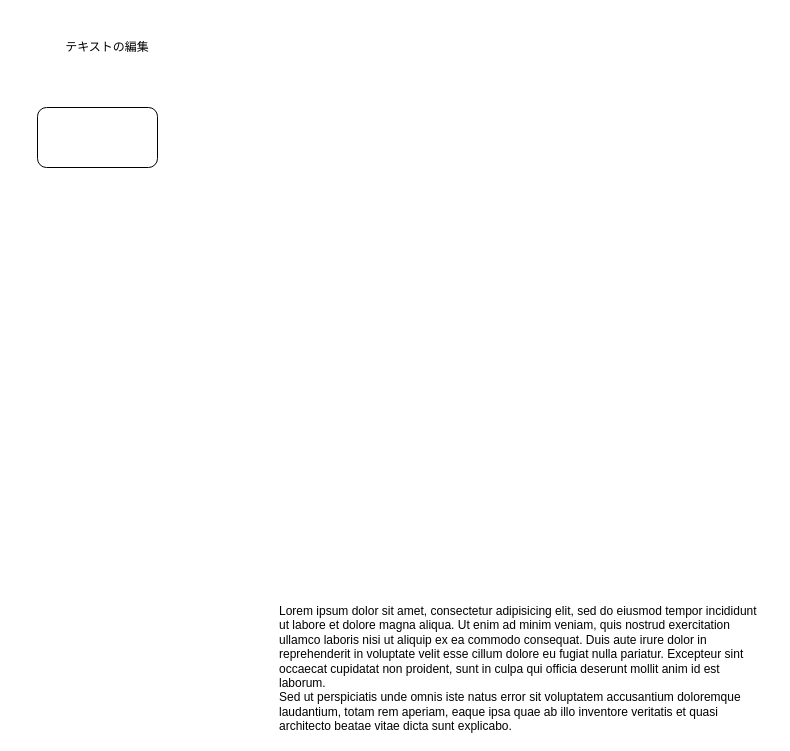
Before: 名称未設定ファイル.drawio in Ayasa/drawio, a draw.io diagram. Source tidied: cells renumbered, new cells numbered last; positions are measured from the earlier drawing's top-left corner, leaving out a move shared by most shapes. Both pictures are drawn from the tidied source at 100%, with x=0, y=0 at pixel (17, 17).
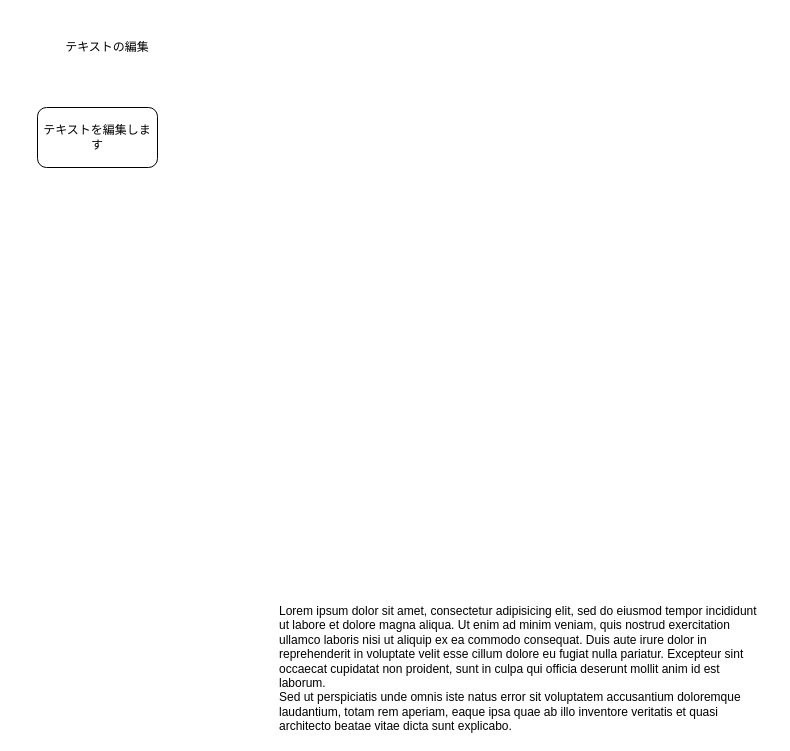
After the change.

Diff of the diagram source:
```diff
@@
 <mxGraphModel background="#ffffff">
   <root>
     <mxCell id="0" />
     <mxCell id="1" parent="0" />
     <mxCell id="2" value="Lorem ipsum dolor sit amet, consectetur adipisicing elit, sed do eiusmod tempor incididunt ut labore et dolore magna aliqua. Ut enim ad minim veniam, quis nostrud exercitation ullamco laboris nisi ut aliquip ex ea commodo consequat. Duis aute irure dolor in reprehenderit in voluptate velit esse cillum dolore eu fugiat nulla pariatur. Excepteur sint occaecat cupidatat non proident, sunt in culpa qui officia deserunt mollit anim id est laborum.&lt;br&gt;Sed ut perspiciatis unde omnis iste natus error sit voluptatem accusantium doloremque laudantium, totam rem aperiam, eaque ipsa quae ab illo inventore veritatis et quasi architecto beatae vitae dicta sunt explicabo.&amp;nbsp;" style="text;spacingTop=-5;whiteSpace=wrap;html=1;align=left;fontSize=12;fontFamily=Helvetica;fillColor=none;strokeColor=none;rounded=0;shadow=1;labelBackgroundColor=none;" parent="1" vertex="1">
       <mxGeometry x="260" y="585" width="490" height="125" as="geometry" />
     </mxCell>
     <mxCell id="3" value="&lt;font color=&quot;#000000&quot;&gt;テキストの編集&lt;/font&gt;" style="text;html=1;strokeColor=none;fillColor=none;align=center;verticalAlign=middle;whiteSpace=wrap;rounded=0;" parent="1" vertex="1">
       <mxGeometry width="180" height="60" as="geometry" />
     </mxCell>
-    <mxCell id="4" style="rounded=1;whiteSpace=wrap;html=1;" parent="1" vertex="1">
+    <mxCell id="4" value="テキストを編集します" style="rounded=1;whiteSpace=wrap;html=1;" parent="1" vertex="1">
       <mxGeometry x="20" y="90" width="120" height="60" as="geometry" />
     </mxCell>
   </root>
 </mxGraphModel>
```
